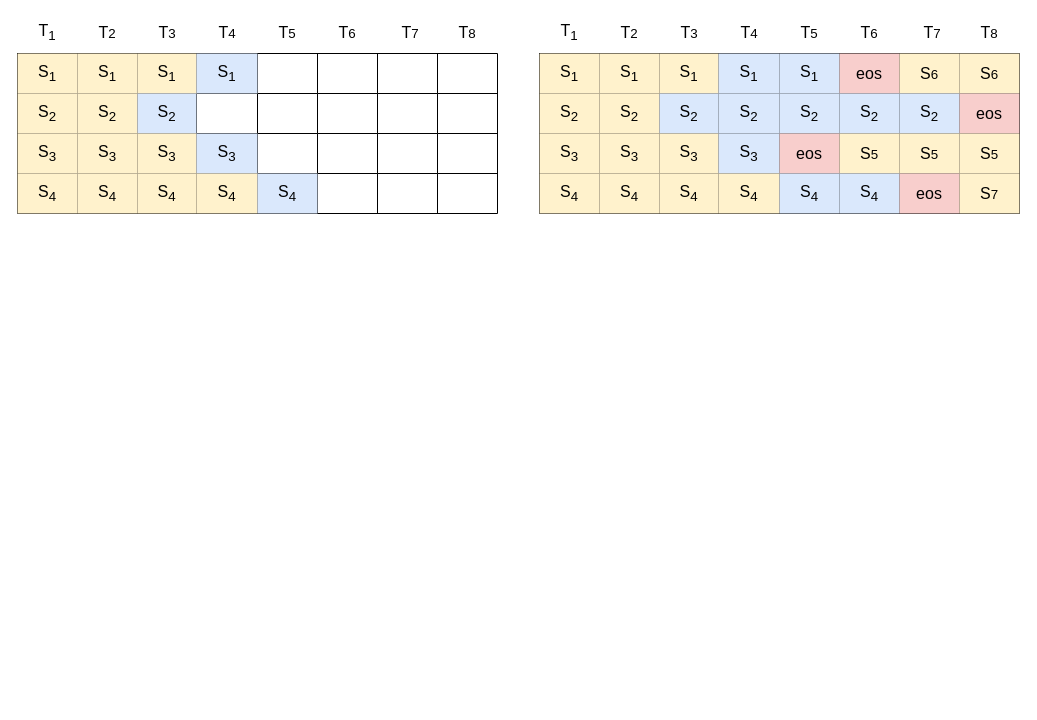
This is 未命名绘图.drawio from ShizhongP/dl-notes, a draw.io file, before an edit. Source tidied: cells renumbered, new cells numbered last; positions are measured from the earlier drawing's top-left corner, leaving out a move shared by most shapes. Both pictures are drawn from the tidied source at 100%, with x=0, y=0 at pixel (17, 17).
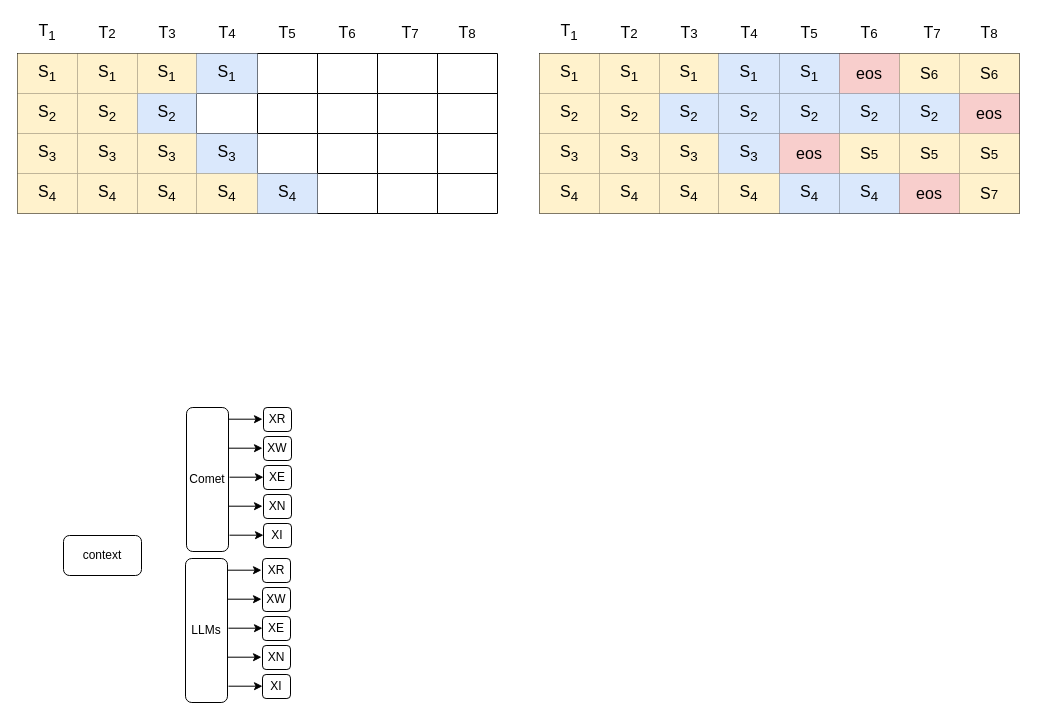
The same diagram, later.

Commit message (it also covers changes not shown here):
更新未命名绘图.drawio

What changed in the source:
```diff
@@
+    <mxCell id="92" value="context" style="rounded=1;whiteSpace=wrap;html=1;" parent="1" vertex="1">
+      <mxGeometry x="46" y="518" width="78" height="40" as="geometry" />
+    </mxCell>
+    <mxCell id="93" style="group;" parent="1" vertex="1">
+      <mxGeometry x="169" y="390" width="105" height="144" as="geometry" />
+    </mxCell>
+    <mxCell id="94" value="Comet" style="rounded=1;whiteSpace=wrap;html=1;" parent="93" vertex="1">
+      <mxGeometry width="42" height="144" as="geometry" />
+    </mxCell>
+    <mxCell id="95" style="edgeStyle=orthogonalEdgeStyle;rounded=0;orthogonalLoop=1;jettySize=auto;html=1;exitX=0.5;exitY=1;exitDx=0;exitDy=0;" parent="93" edge="1">
+      <mxGeometry relative="1" as="geometry">
+        <mxPoint x="26.5" y="123" as="sourcePoint" />
+        <mxPoint x="26.5" y="123" as="targetPoint" />
+      </mxGeometry>
+    </mxCell>
+    <mxCell id="96" value="XR" style="rounded=1;whiteSpace=wrap;html=1;" parent="93" vertex="1">
+      <mxGeometry x="77" width="28" height="24" as="geometry" />
+    </mxCell>
+    <mxCell id="97" value="XW" style="rounded=1;whiteSpace=wrap;html=1;" parent="93" vertex="1">
+      <mxGeometry x="77" y="29" width="28" height="24" as="geometry" />
+    </mxCell>
+    <mxCell id="98" value="XI" style="rounded=1;whiteSpace=wrap;html=1;" parent="93" vertex="1">
+      <mxGeometry x="77" y="116" width="28" height="24" as="geometry" />
+    </mxCell>
+    <mxCell id="99" value="XN" style="rounded=1;whiteSpace=wrap;html=1;" parent="93" vertex="1">
+      <mxGeometry x="77" y="87" width="28" height="24" as="geometry" />
+    </mxCell>
+    <mxCell id="100" value="XE" style="rounded=1;whiteSpace=wrap;html=1;" parent="93" vertex="1">
+      <mxGeometry x="77" y="58" width="28" height="24" as="geometry" />
+    </mxCell>
+    <mxCell id="101" style="endArrow=classic;html=1;rounded=0;" parent="93" edge="1">
+      <mxGeometry relative="1" as="geometry">
+        <mxPoint x="42" y="11.7" as="sourcePoint" />
+        <mxPoint x="76" y="11.7" as="targetPoint" />
+      </mxGeometry>
+    </mxCell>
+    <mxCell id="102" style="endArrow=classic;html=1;rounded=0;" parent="93" edge="1">
+      <mxGeometry relative="1" as="geometry">
+        <mxPoint x="43" y="69.7" as="sourcePoint" />
+        <mxPoint x="77" y="69.7" as="targetPoint" />
+      </mxGeometry>
+    </mxCell>
+    <mxCell id="103" style="endArrow=classic;html=1;rounded=0;" parent="93" edge="1">
+      <mxGeometry relative="1" as="geometry">
+        <mxPoint x="42" y="40.7" as="sourcePoint" />
+        <mxPoint x="76" y="40.7" as="targetPoint" />
+      </mxGeometry>
+    </mxCell>
+    <mxCell id="104" style="endArrow=classic;html=1;rounded=0;" parent="93" edge="1">
+      <mxGeometry relative="1" as="geometry">
+        <mxPoint x="43" y="127.7" as="sourcePoint" />
+        <mxPoint x="77" y="127.7" as="targetPoint" />
+      </mxGeometry>
+    </mxCell>
+    <mxCell id="105" style="endArrow=classic;html=1;rounded=0;" parent="93" edge="1">
+      <mxGeometry relative="1" as="geometry">
+        <mxPoint x="42" y="98.7" as="sourcePoint" />
+        <mxPoint x="76" y="98.7" as="targetPoint" />
+      </mxGeometry>
+    </mxCell>
+    <mxCell id="106" style="group;" parent="1" vertex="1">
+      <mxGeometry x="168" y="541" width="105" height="144" as="geometry" />
+    </mxCell>
+    <mxCell id="107" value="LLMs" style="rounded=1;whiteSpace=wrap;html=1;" parent="106" vertex="1">
+      <mxGeometry width="42" height="144" as="geometry" />
+    </mxCell>
+    <mxCell id="108" style="edgeStyle=orthogonalEdgeStyle;rounded=0;orthogonalLoop=1;jettySize=auto;html=1;exitX=0.5;exitY=1;exitDx=0;exitDy=0;" parent="106" edge="1">
+      <mxGeometry relative="1" as="geometry">
+        <mxPoint x="26.5" y="123" as="sourcePoint" />
+        <mxPoint x="26.5" y="123" as="targetPoint" />
+      </mxGeometry>
+    </mxCell>
+    <mxCell id="109" value="XR" style="rounded=1;whiteSpace=wrap;html=1;" parent="106" vertex="1">
+      <mxGeometry x="77" width="28" height="24" as="geometry" />
+    </mxCell>
+    <mxCell id="110" value="XW" style="rounded=1;whiteSpace=wrap;html=1;" parent="106" vertex="1">
+      <mxGeometry x="77" y="29" width="28" height="24" as="geometry" />
+    </mxCell>
+    <mxCell id="111" value="XI" style="rounded=1;whiteSpace=wrap;html=1;" parent="106" vertex="1">
+      <mxGeometry x="77" y="116" width="28" height="24" as="geometry" />
+    </mxCell>
+    <mxCell id="112" value="XN" style="rounded=1;whiteSpace=wrap;html=1;" parent="106" vertex="1">
+      <mxGeometry x="77" y="87" width="28" height="24" as="geometry" />
+    </mxCell>
+    <mxCell id="113" value="XE" style="rounded=1;whiteSpace=wrap;html=1;" parent="106" vertex="1">
+      <mxGeometry x="77" y="58" width="28" height="24" as="geometry" />
+    </mxCell>
+    <mxCell id="114" style="endArrow=classic;html=1;rounded=0;" parent="106" edge="1">
+      <mxGeometry relative="1" as="geometry">
+        <mxPoint x="42" y="11.7" as="sourcePoint" />
+        <mxPoint x="76" y="11.7" as="targetPoint" />
+      </mxGeometry>
+    </mxCell>
+    <mxCell id="115" style="endArrow=classic;html=1;rounded=0;" parent="106" edge="1">
+      <mxGeometry relative="1" as="geometry">
+        <mxPoint x="43" y="69.7" as="sourcePoint" />
+        <mxPoint x="77" y="69.7" as="targetPoint" />
+      </mxGeometry>
+    </mxCell>
+    <mxCell id="116" style="endArrow=classic;html=1;rounded=0;" parent="106" edge="1">
+      <mxGeometry relative="1" as="geometry">
+        <mxPoint x="42" y="40.7" as="sourcePoint" />
+        <mxPoint x="76" y="40.7" as="targetPoint" />
+      </mxGeometry>
+    </mxCell>
+    <mxCell id="117" style="endArrow=classic;html=1;rounded=0;" parent="106" edge="1">
+      <mxGeometry relative="1" as="geometry">
+        <mxPoint x="43" y="127.7" as="sourcePoint" />
+        <mxPoint x="77" y="127.7" as="targetPoint" />
+      </mxGeometry>
+    </mxCell>
+    <mxCell id="118" style="endArrow=classic;html=1;rounded=0;" parent="106" edge="1">
+      <mxGeometry relative="1" as="geometry">
+        <mxPoint x="42" y="98.7" as="sourcePoint" />
+        <mxPoint x="76" y="98.7" as="targetPoint" />
+      </mxGeometry>
+    </mxCell>
```
